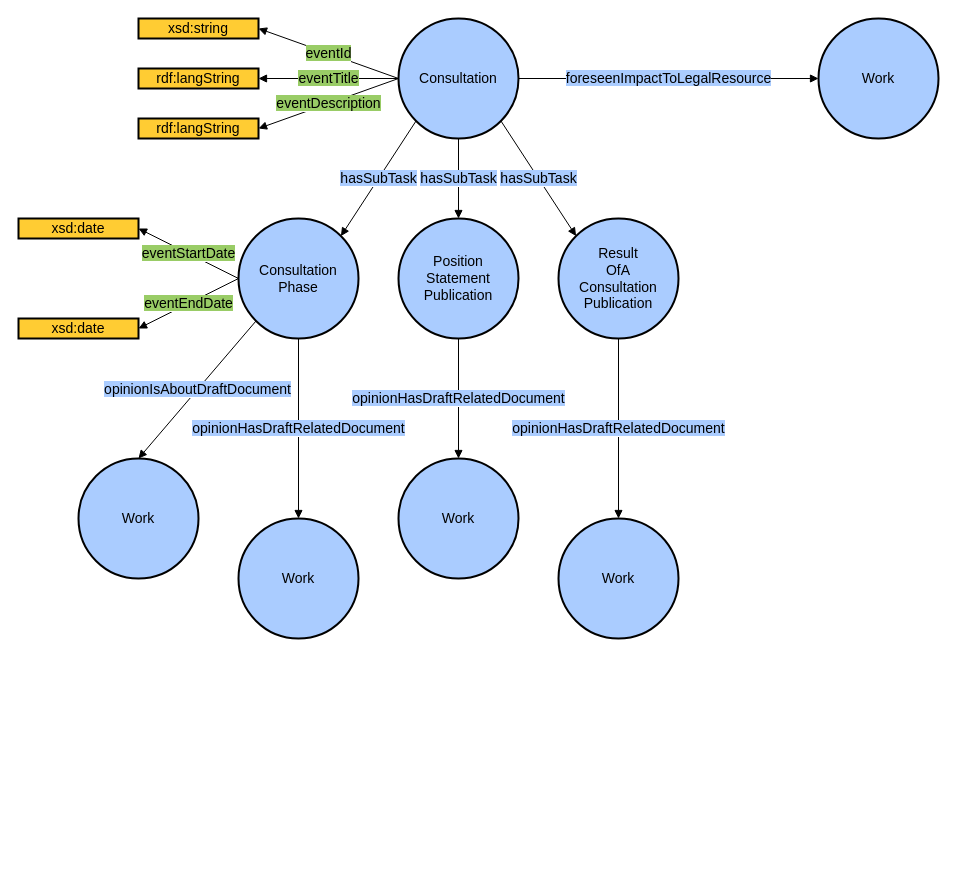
swiss/fedlex-jolux keeps this draw.io diagram as doc/img/consultation.drawio. Above is the earlier version. Source tidied: cells renumbered, new cells numbered last; positions are measured from the earlier drawing's top-left corner, leaving out a move shared by most shapes. Both pictures are drawn from the tidied source at 100%, with x=0, y=0 at pixel (18, 18).
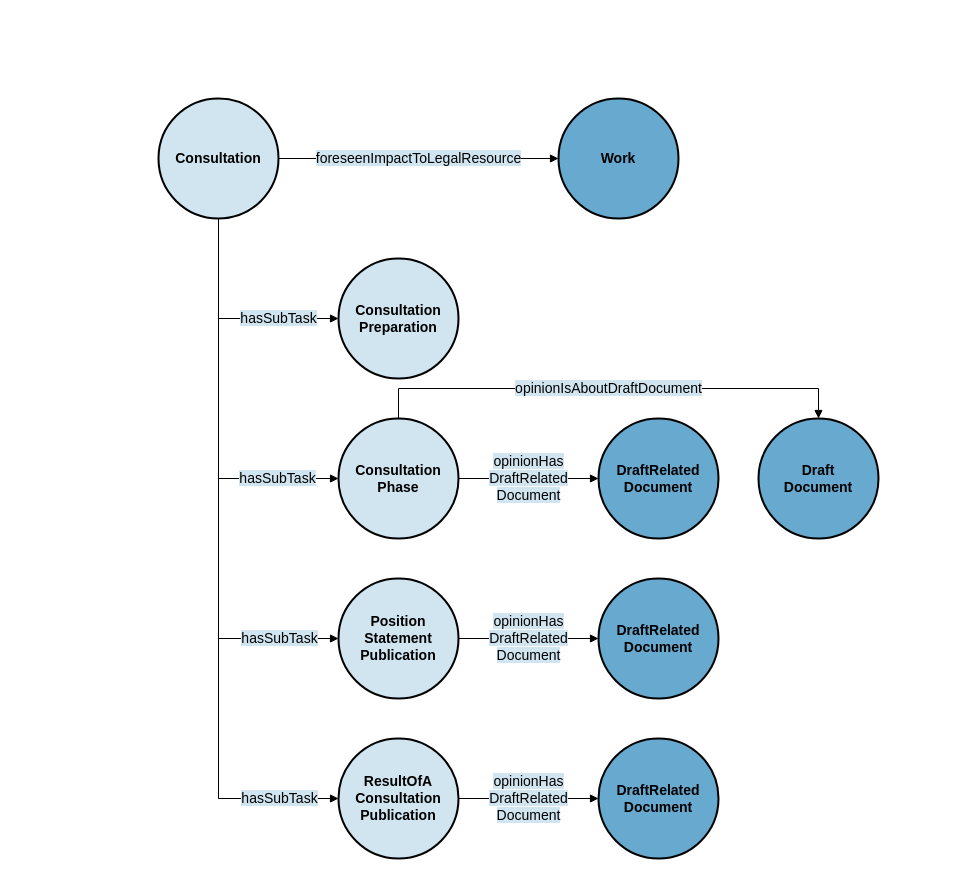
The same diagram, later.

Diff of the diagram source:
```diff
@@
-    <mxCell id="2" value="Consultation" style="ellipse;whiteSpace=wrap;html=1;rounded=0;shadow=0;glass=0;comic=0;strokeColor=#000000;strokeWidth=2;fillColor=#acf;gradientColor=none;fontSize=14;fontColor=#000000;align=center;" parent="1" vertex="1">
-      <mxGeometry x="380" width="120" height="120" as="geometry" />
+    <mxCell id="2" value="&lt;b&gt;Consultation&lt;/b&gt;" style="ellipse;whiteSpace=wrap;html=1;rounded=0;shadow=0;glass=0;comic=0;strokeColor=#000000;strokeWidth=2;fillColor=#D1E5F0;gradientColor=none;fontSize=14;fontColor=#000000;align=center;" parent="1" vertex="1">
+      <mxGeometry x="140" y="80" width="120" height="120" as="geometry" />
     </mxCell>
-    <mxCell id="3" value="&lt;span style=&quot;background-color: rgb(170 , 204 , 255)&quot;&gt;hasSubTask&lt;/span&gt;" style="endArrow=block;html=1;strokeColor=#000000;fontSize=14;fontColor=#000000;endFill=1;exitX=0;exitY=1;exitDx=0;exitDy=0;entryX=1;entryY=0;entryDx=0;entryDy=0;" parent="1" edge="1" source="2" target="4">
-      <mxGeometry relative="1" as="geometry" />
+    <mxCell id="3" value="&lt;b&gt;Consultation&lt;br&gt;Preparation&lt;br&gt;&lt;/b&gt;" style="ellipse;whiteSpace=wrap;html=1;rounded=0;shadow=0;glass=0;comic=0;strokeColor=#000000;strokeWidth=2;fillColor=#D1E5F0;gradientColor=none;fontSize=14;fontColor=#000000;align=center;" parent="1" vertex="1">
+      <mxGeometry x="320" y="240" width="120" height="120" as="geometry" />
     </mxCell>
-    <mxCell id="4" value="Consultation&lt;br&gt;Phase" style="ellipse;whiteSpace=wrap;html=1;rounded=0;shadow=0;glass=0;comic=0;strokeColor=#000000;strokeWidth=2;fillColor=#acf;gradientColor=none;fontSize=14;fontColor=#000000;align=center;" parent="1" vertex="1">
-      <mxGeometry x="220" y="200" width="120" height="120" as="geometry" />
+    <mxCell id="4" value="&lt;span style=&quot;background-color: rgb(209, 229, 240);&quot;&gt;hasSubTask&lt;/span&gt;" style="endArrow=block;html=1;strokeColor=#000000;fontSize=14;fontColor=#000000;endFill=1;entryX=0;entryY=0.5;entryDx=0;entryDy=0;exitX=0.5;exitY=1;exitDx=0;exitDy=0;edgeStyle=orthogonalEdgeStyle;rounded=0;" parent="1" edge="1" source="2" target="3">
+      <mxGeometry x="0.45" relative="1" as="geometry" />
     </mxCell>
-    <mxCell id="5" value="Position&lt;br&gt;Statement&lt;br&gt;Publication" style="ellipse;whiteSpace=wrap;html=1;rounded=0;shadow=0;glass=0;comic=0;strokeColor=#000000;strokeWidth=2;fillColor=#acf;gradientColor=none;fontSize=14;fontColor=#000000;align=center;" parent="1" vertex="1">
-      <mxGeometry x="380" y="200" width="120" height="120" as="geometry" />
+    <mxCell id="5" value="&lt;b&gt;Consultation&lt;br&gt;Phase&lt;br&gt;&lt;/b&gt;" style="ellipse;whiteSpace=wrap;html=1;rounded=0;shadow=0;glass=0;comic=0;strokeColor=#000000;strokeWidth=2;fillColor=#D1E5F0;gradientColor=none;fontSize=14;fontColor=#000000;align=center;" parent="1" vertex="1">
+      <mxGeometry x="320" y="400" width="120" height="120" as="geometry" />
     </mxCell>
-    <mxCell id="6" value="Result&lt;br&gt;OfA&lt;br&gt;Consultation&lt;br&gt;Publication" style="ellipse;whiteSpace=wrap;html=1;rounded=0;shadow=0;glass=0;comic=0;strokeColor=#000000;strokeWidth=2;fillColor=#acf;gradientColor=none;fontSize=14;fontColor=#000000;align=center;" parent="1" vertex="1">
-      <mxGeometry x="540" y="200" width="120" height="120" as="geometry" />
+    <mxCell id="6" value="&lt;b&gt;Position&lt;br&gt;Statement&lt;br&gt;Publication&lt;br&gt;&lt;/b&gt;" style="ellipse;whiteSpace=wrap;html=1;rounded=0;shadow=0;glass=0;comic=0;strokeColor=#000000;strokeWidth=2;fillColor=#D1E5F0;gradientColor=none;fontSize=14;fontColor=#000000;align=center;" parent="1" vertex="1">
+      <mxGeometry x="320" y="560" width="120" height="120" as="geometry" />
     </mxCell>
-    <mxCell id="7" value="&lt;span style=&quot;background-color: rgb(170 , 204 , 255)&quot;&gt;hasSubTask&lt;/span&gt;" style="endArrow=block;html=1;strokeColor=#000000;fontSize=14;fontColor=#000000;endFill=1;exitX=0.5;exitY=1;exitDx=0;exitDy=0;entryX=0.5;entryY=0;entryDx=0;entryDy=0;" parent="1" edge="1" source="2" target="5">
-      <mxGeometry relative="1" as="geometry" />
+    <mxCell id="7" value="&lt;b&gt;ResultOfA&lt;br&gt;Consultation&lt;br&gt;Publication&lt;br&gt;&lt;/b&gt;" style="ellipse;whiteSpace=wrap;html=1;rounded=0;shadow=0;glass=0;comic=0;strokeColor=#000000;strokeWidth=2;fillColor=#D1E5F0;gradientColor=none;fontSize=14;fontColor=#000000;align=center;" parent="1" vertex="1">
+      <mxGeometry x="320" y="720" width="120" height="120" as="geometry" />
     </mxCell>
-    <mxCell id="8" value="&lt;span style=&quot;background-color: rgb(170 , 204 , 255)&quot;&gt;hasSubTask&lt;/span&gt;" style="endArrow=block;html=1;strokeColor=#000000;fontSize=14;fontColor=#000000;endFill=1;exitX=1;exitY=1;exitDx=0;exitDy=0;entryX=0;entryY=0;entryDx=0;entryDy=0;" parent="1" edge="1" source="2" target="6">
-      <mxGeometry relative="1" as="geometry" />
+    <mxCell id="8" value="&lt;span style=&quot;background-color: rgb(209, 229, 240);&quot;&gt;hasSubTask&lt;/span&gt;" style="endArrow=block;html=1;strokeColor=#000000;fontSize=14;fontColor=#000000;endFill=1;entryX=0;entryY=0.5;entryDx=0;entryDy=0;exitX=0.5;exitY=1;exitDx=0;exitDy=0;edgeStyle=orthogonalEdgeStyle;rounded=0;" parent="1" edge="1" source="2" target="5">
+      <mxGeometry x="0.68" relative="1" as="geometry" />
     </mxCell>
-    <mxCell id="9" value="Work" style="ellipse;whiteSpace=wrap;html=1;rounded=0;shadow=0;glass=0;comic=0;strokeColor=#000000;strokeWidth=2;fillColor=#acf;gradientColor=none;fontSize=14;fontColor=#000000;align=center;" parent="1" vertex="1">
-      <mxGeometry x="800" width="120" height="120" as="geometry" />
+    <mxCell id="9" value="&lt;span style=&quot;background-color: rgb(209, 229, 240);&quot;&gt;hasSubTask&lt;/span&gt;" style="endArrow=block;html=1;strokeColor=#000000;fontSize=14;fontColor=#000000;endFill=1;entryX=0;entryY=0.5;entryDx=0;entryDy=0;exitX=0.5;exitY=1;exitDx=0;exitDy=0;edgeStyle=orthogonalEdgeStyle;rounded=0;" parent="1" edge="1" source="2" target="6">
+      <mxGeometry x="0.78" relative="1" as="geometry" />
     </mxCell>
-    <mxCell id="10" value="&lt;span style=&quot;background-color: rgb(170 , 204 , 255)&quot;&gt;foreseenImpactToLegalResource&lt;/span&gt;" style="endArrow=block;html=1;strokeColor=#000000;fontSize=14;fontColor=#000000;endFill=1;exitX=1;exitY=0.5;exitDx=0;exitDy=0;entryX=0;entryY=0.5;entryDx=0;entryDy=0;" parent="1" edge="1" source="2" target="9">
-      <mxGeometry relative="1" as="geometry">
-        <Array as="points">
-          <mxPoint x="570" y="60" />
-        </Array>
-      </mxGeometry>
+    <mxCell id="10" value="&lt;span style=&quot;background-color: rgb(209, 229, 240);&quot;&gt;hasSubTask&lt;/span&gt;" style="endArrow=block;html=1;strokeColor=#000000;fontSize=14;fontColor=#000000;endFill=1;entryX=0;entryY=0.5;entryDx=0;entryDy=0;exitX=0.5;exitY=1;exitDx=0;exitDy=0;edgeStyle=orthogonalEdgeStyle;rounded=0;" parent="1" edge="1" source="2" target="7">
+      <mxGeometry x="0.83" relative="1" as="geometry" />
     </mxCell>
-    <mxCell id="11" value="rdf:langString" style="whiteSpace=wrap;html=1;rounded=0;shadow=0;glass=0;comic=0;strokeColor=#000000;strokeWidth=2;fillColor=#fc3;gradientColor=none;fontSize=14;fontColor=#000000;align=center;" parent="1" vertex="1">
-      <mxGeometry x="120" y="50" width="120" height="20" as="geometry" />
+    <mxCell id="11" value="&lt;b&gt;Work&lt;br&gt;&lt;/b&gt;" style="ellipse;whiteSpace=wrap;html=1;rounded=0;shadow=0;glass=0;comic=0;strokeColor=#000000;strokeWidth=2;fillColor=#67A9CF;gradientColor=none;fontSize=14;fontColor=#000000;align=center;" parent="1" vertex="1">
+      <mxGeometry x="540" y="80" width="120" height="120" as="geometry" />
     </mxCell>
-    <mxCell id="12" value="&lt;span style=&quot;background-color: rgb(153 , 204 , 102)&quot;&gt;eventTitle&lt;/span&gt;" style="endArrow=block;html=1;strokeColor=#000000;fontSize=14;fontColor=#000000;endFill=1;exitX=0;exitY=0.5;exitDx=0;exitDy=0;entryX=1;entryY=0.5;entryDx=0;entryDy=0;" parent="1" edge="1" source="2" target="11">
+    <mxCell id="12" value="&lt;span style=&quot;background-color: rgb(209, 229, 240);&quot;&gt;foreseenImpactToLegalResource&lt;/span&gt;" style="endArrow=block;html=1;strokeColor=#000000;fontSize=14;fontColor=#000000;endFill=1;entryX=0;entryY=0.5;entryDx=0;entryDy=0;exitX=1;exitY=0.5;exitDx=0;exitDy=0;edgeStyle=orthogonalEdgeStyle;rounded=0;" parent="1" edge="1" source="2" target="11">
       <mxGeometry relative="1" as="geometry" />
     </mxCell>
-    <mxCell id="13" value="xsd:string" style="whiteSpace=wrap;html=1;rounded=0;shadow=0;glass=0;comic=0;strokeColor=#000000;strokeWidth=2;fillColor=#fc3;gradientColor=none;fontSize=14;fontColor=#000000;align=center;" parent="1" vertex="1">
-      <mxGeometry x="120" width="120" height="20" as="geometry" />
-    </mxCell>
-    <mxCell id="14" value="&lt;span style=&quot;background-color: rgb(153 , 204 , 102)&quot;&gt;eventId&lt;/span&gt;" style="endArrow=block;html=1;strokeColor=#000000;fontSize=14;fontColor=#000000;endFill=1;exitX=0;exitY=0.5;exitDx=0;exitDy=0;entryX=1;entryY=0.5;entryDx=0;entryDy=0;" parent="1" edge="1" source="2" target="13">
+    <mxCell id="14" value="&lt;span style=&quot;background-color: rgb(209, 229, 240);&quot;&gt;opinionHas&lt;br&gt;DraftRelated&lt;br&gt;Document&lt;/span&gt;" style="endArrow=block;html=1;strokeColor=#000000;fontSize=14;fontColor=#000000;endFill=1;entryX=0;entryY=0.5;entryDx=0;entryDy=0;exitX=1;exitY=0.5;exitDx=0;exitDy=0;edgeStyle=orthogonalEdgeStyle;rounded=0;" parent="1" edge="1" source="5" target="15">
       <mxGeometry relative="1" as="geometry" />
     </mxCell>
-    <mxCell id="15" value="rdf:langString" style="whiteSpace=wrap;html=1;rounded=0;shadow=0;glass=0;comic=0;strokeColor=#000000;strokeWidth=2;fillColor=#fc3;gradientColor=none;fontSize=14;fontColor=#000000;align=center;" parent="1" vertex="1">
-      <mxGeometry x="120" y="100" width="120" height="20" as="geometry" />
+    <mxCell id="15" value="&lt;b&gt;DraftRelated&lt;br&gt;Document&lt;br&gt;&lt;/b&gt;" style="ellipse;whiteSpace=wrap;html=1;rounded=0;shadow=0;glass=0;comic=0;strokeColor=#000000;strokeWidth=2;fillColor=#67A9CF;gradientColor=none;fontSize=14;fontColor=#000000;align=center;" parent="1" vertex="1">
+      <mxGeometry x="580" y="400" width="120" height="120" as="geometry" />
     </mxCell>
-    <mxCell id="16" value="&lt;span style=&quot;background-color: rgb(153 , 204 , 102)&quot;&gt;eventDescription&lt;/span&gt;" style="endArrow=block;html=1;strokeColor=#000000;fontSize=14;fontColor=#000000;endFill=1;exitX=0;exitY=0.5;exitDx=0;exitDy=0;entryX=1;entryY=0.5;entryDx=0;entryDy=0;" parent="1" edge="1" source="2" target="15">
+    <mxCell id="16" value="&lt;span style=&quot;background-color: rgb(209, 229, 240);&quot;&gt;opinionHas&lt;br&gt;DraftRelated&lt;br&gt;Document&lt;/span&gt;" style="endArrow=block;html=1;strokeColor=#000000;fontSize=14;fontColor=#000000;endFill=1;entryX=0;entryY=0.5;entryDx=0;entryDy=0;exitX=1;exitY=0.5;exitDx=0;exitDy=0;edgeStyle=orthogonalEdgeStyle;rounded=0;" parent="1" edge="1" source="6" target="17">
       <mxGeometry relative="1" as="geometry" />
     </mxCell>
-    <mxCell id="17" value="xsd:date" style="whiteSpace=wrap;html=1;rounded=0;shadow=0;glass=0;comic=0;strokeColor=#000000;strokeWidth=2;fillColor=#fc3;gradientColor=none;fontSize=14;fontColor=#000000;align=center;" parent="1" vertex="1">
-      <mxGeometry y="200" width="120" height="20" as="geometry" />
+    <mxCell id="17" value="&lt;b&gt;DraftRelated&lt;br&gt;Document&lt;br&gt;&lt;/b&gt;" style="ellipse;whiteSpace=wrap;html=1;rounded=0;shadow=0;glass=0;comic=0;strokeColor=#000000;strokeWidth=2;fillColor=#67A9CF;gradientColor=none;fontSize=14;fontColor=#000000;align=center;" parent="1" vertex="1">
+      <mxGeometry x="580" y="560" width="120" height="120" as="geometry" />
     </mxCell>
-    <mxCell id="18" value="&lt;span style=&quot;background-color: rgb(153 , 204 , 102)&quot;&gt;eventStartDate&lt;/span&gt;" style="endArrow=block;html=1;strokeColor=#000000;fontSize=14;fontColor=#000000;endFill=1;exitX=0;exitY=0.5;exitDx=0;exitDy=0;entryX=1;entryY=0.5;entryDx=0;entryDy=0;" parent="1" edge="1" source="4" target="17">
+    <mxCell id="18" value="&lt;span style=&quot;background-color: rgb(209, 229, 240);&quot;&gt;opinionHas&lt;br&gt;DraftRelated&lt;br&gt;Document&lt;/span&gt;" style="endArrow=block;html=1;strokeColor=#000000;fontSize=14;fontColor=#000000;endFill=1;entryX=0;entryY=0.5;entryDx=0;entryDy=0;exitX=1;exitY=0.5;exitDx=0;exitDy=0;edgeStyle=orthogonalEdgeStyle;rounded=0;" parent="1" edge="1" source="7" target="19">
       <mxGeometry relative="1" as="geometry" />
     </mxCell>
-    <mxCell id="19" value="xsd:date" style="whiteSpace=wrap;html=1;rounded=0;shadow=0;glass=0;comic=0;strokeColor=#000000;strokeWidth=2;fillColor=#fc3;gradientColor=none;fontSize=14;fontColor=#000000;align=center;" parent="1" vertex="1">
-      <mxGeometry y="300" width="120" height="20" as="geometry" />
+    <mxCell id="19" value="&lt;b&gt;DraftRelated&lt;br&gt;Document&lt;br&gt;&lt;/b&gt;" style="ellipse;whiteSpace=wrap;html=1;rounded=0;shadow=0;glass=0;comic=0;strokeColor=#000000;strokeWidth=2;fillColor=#67A9CF;gradientColor=none;fontSize=14;fontColor=#000000;align=center;" parent="1" vertex="1">
+      <mxGeometry x="580" y="720" width="120" height="120" as="geometry" />
     </mxCell>
-    <mxCell id="20" value="&lt;span style=&quot;background-color: rgb(153 , 204 , 102)&quot;&gt;eventEndDate&lt;/span&gt;" style="endArrow=block;html=1;strokeColor=#000000;fontSize=14;fontColor=#000000;endFill=1;entryX=1;entryY=0.5;entryDx=0;entryDy=0;exitX=0;exitY=0.5;exitDx=0;exitDy=0;" parent="1" edge="1" source="4" target="19">
-      <mxGeometry relative="1" as="geometry" />
-    </mxCell>
+    <mxCell id="29" value="&lt;b&gt;Draft&lt;br&gt;Document&lt;br&gt;&lt;/b&gt;" style="ellipse;whiteSpace=wrap;html=1;rounded=0;shadow=0;glass=0;comic=0;strokeColor=#000000;strokeWidth=2;fillColor=#67A9CF;gradientColor=none;fontSize=14;fontColor=#000000;align=center;" parent="1" vertex="1">
+      <mxGeometry x="740" y="400" width="120" height="120" as="geometry" />
+    </mxCell>
-    <mxCell id="21" value="&lt;span style=&quot;background-color: rgb(170 , 204 , 255)&quot;&gt;opinionIsAboutDraftDocument&lt;/span&gt;" style="endArrow=block;html=1;strokeColor=#000000;fontSize=14;fontColor=#000000;endFill=1;exitX=0;exitY=1;exitDx=0;exitDy=0;entryX=0.5;entryY=0;entryDx=0;entryDy=0;" parent="1" edge="1" source="4" target="22">
-      <mxGeometry relative="1" as="geometry" />
+    <mxCell id="21" value="&lt;span style=&quot;background-color: rgb(209, 229, 240);&quot;&gt;opinionIsAboutDraftDocument&lt;/span&gt;" style="endArrow=block;html=1;strokeColor=#000000;fontSize=14;fontColor=#000000;endFill=1;entryX=0.5;entryY=0;entryDx=0;entryDy=0;exitX=0.5;exitY=0;exitDx=0;exitDy=0;edgeStyle=orthogonalEdgeStyle;rounded=0;" parent="1" edge="1" source="5" target="29">
+      <mxGeometry relative="1" as="geometry">
+        <Array as="points">
+          <mxPoint x="380" y="370" />
+          <mxPoint x="800" y="370" />
+        </Array>
+      </mxGeometry>
     </mxCell>
-    <mxCell id="22" value="Work" style="ellipse;whiteSpace=wrap;html=1;rounded=0;shadow=0;glass=0;comic=0;strokeColor=#000000;strokeWidth=2;fillColor=#acf;gradientColor=none;fontSize=14;fontColor=#000000;align=center;" parent="1" vertex="1">
-      <mxGeometry x="60" y="440" width="120" height="120" as="geometry" />
-    </mxCell>
-    <mxCell id="23" value="&lt;span style=&quot;background-color: rgb(170 , 204 , 255)&quot;&gt;opinionHasDraftRelatedDocument&lt;/span&gt;" style="endArrow=block;html=1;strokeColor=#000000;fontSize=14;fontColor=#000000;endFill=1;exitX=0.5;exitY=1;exitDx=0;exitDy=0;entryX=0.5;entryY=0;entryDx=0;entryDy=0;" parent="1" edge="1" source="4" target="24">
-      <mxGeometry relative="1" as="geometry" />
-    </mxCell>
-    <mxCell id="24" value="Work" style="ellipse;whiteSpace=wrap;html=1;rounded=0;shadow=0;glass=0;comic=0;strokeColor=#000000;strokeWidth=2;fillColor=#acf;gradientColor=none;fontSize=14;fontColor=#000000;align=center;" parent="1" vertex="1">
-      <mxGeometry x="220" y="500" width="120" height="120" as="geometry" />
-    </mxCell>
-    <mxCell id="25" value="&lt;span style=&quot;background-color: rgb(170 , 204 , 255)&quot;&gt;opinionHasDraftRelatedDocument&lt;/span&gt;" style="endArrow=block;html=1;strokeColor=#000000;fontSize=14;fontColor=#000000;endFill=1;exitX=0.5;exitY=1;exitDx=0;exitDy=0;entryX=0.5;entryY=0;entryDx=0;entryDy=0;" parent="1" edge="1" source="5" target="26">
-      <mxGeometry relative="1" as="geometry" />
-    </mxCell>
-    <mxCell id="26" value="Work" style="ellipse;whiteSpace=wrap;html=1;rounded=0;shadow=0;glass=0;comic=0;strokeColor=#000000;strokeWidth=2;fillColor=#acf;gradientColor=none;fontSize=14;fontColor=#000000;align=center;" parent="1" vertex="1">
-      <mxGeometry x="380" y="440" width="120" height="120" as="geometry" />
-    </mxCell>
-    <mxCell id="27" value="&lt;span style=&quot;background-color: rgb(170 , 204 , 255)&quot;&gt;opinionHasDraftRelatedDocument&lt;/span&gt;" style="endArrow=block;html=1;strokeColor=#000000;fontSize=14;fontColor=#000000;endFill=1;exitX=0.5;exitY=1;exitDx=0;exitDy=0;entryX=0.5;entryY=0;entryDx=0;entryDy=0;" parent="1" edge="1" source="6" target="28">
-      <mxGeometry relative="1" as="geometry" />
-    </mxCell>
-    <mxCell id="28" value="Work" style="ellipse;whiteSpace=wrap;html=1;rounded=0;shadow=0;glass=0;comic=0;strokeColor=#000000;strokeWidth=2;fillColor=#acf;gradientColor=none;fontSize=14;fontColor=#000000;align=center;" parent="1" vertex="1">
-      <mxGeometry x="540" y="500" width="120" height="120" as="geometry" />
-    </mxCell>
```
